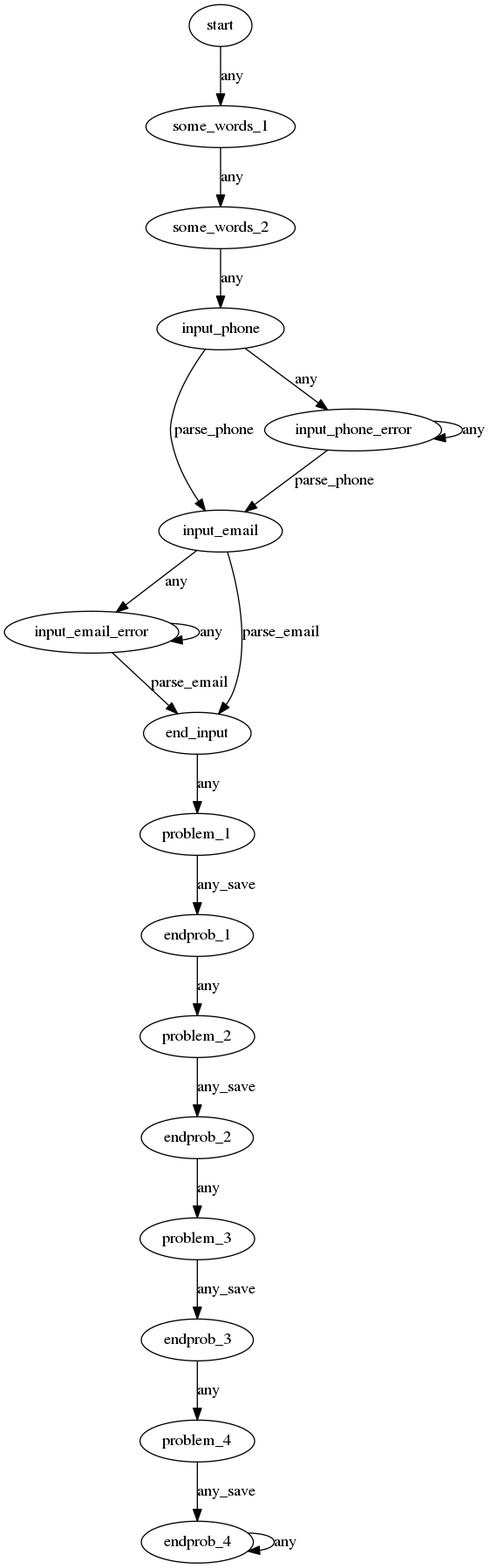
Before: DFA.png, a diagram exported from Graphviz (Viliars/SphereBot). Its source is kept beside it as DFA.dot. Source of this version:
```dot
digraph Bot_DFA {
    start;
    some_words_1;
    some_words_2;
    input_phone;
    input_email;
    input_phone_error;
    input_email_error;
    end_input;
    problem_1;
    endprob_1;
    problem_2;
    endprob_2;
    problem_3;
    endprob_3;
    problem_4;
    endprob_4;

    start -> some_words_1 [label="any"]
    some_words_1 -> some_words_2 [label="any"]
    some_words_2 -> input_phone [label="any"]

    input_phone -> input_email [label="parse_phone"]
    input_phone -> input_phone_error [label="any"]
    input_phone_error -> input_email [label="parse_phone"]
    input_phone_error -> input_phone_error [label="any"]

    input_email -> end_input [label="parse_email"]
    input_email -> input_email_error [label="any"]
    input_email_error -> end_input [label="parse_email"]
    input_email_error -> input_email_error [label="any"]

    end_input -> problem_1 [label="any"]
    problem_1 -> endprob_1 [label="any_save"]
    endprob_1 -> problem_2 [label="any"]
    problem_2 -> endprob_2 [label="any_save"]
    endprob_2 -> problem_3 [label="any"]
    problem_3 -> endprob_3 [label="any_save"]
    endprob_3 -> problem_4 [label="any"]
    problem_4 -> endprob_4 [label="any_save"]

    endprob_4 -> endprob_4 [label="any"] //end
}
```
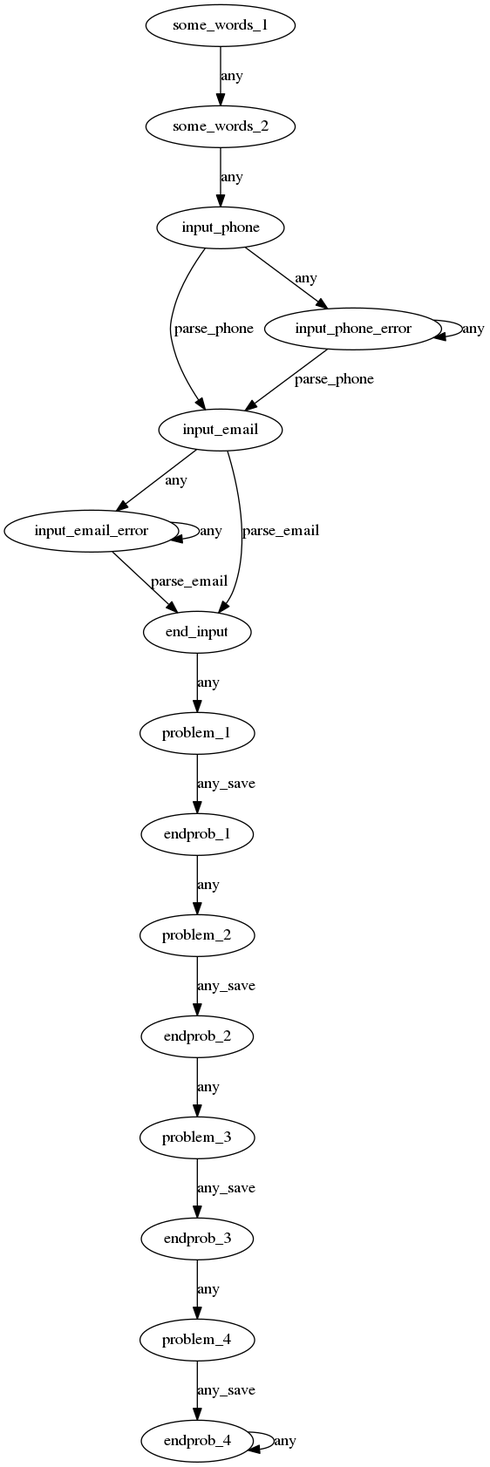
The same diagram one commit later.

Commit message:
Add PFs, Fixxxxxxxx start state and user class

The edit, as a diff of the source:
```diff
@@ -1,5 +1,4 @@
 digraph Bot_DFA {
-    start;
     some_words_1;
     some_words_2;
     input_phone;
@@ -16,7 +15,6 @@
     problem_4;
     endprob_4;
 
-    start -> some_words_1 [label="any"]
     some_words_1 -> some_words_2 [label="any"]
     some_words_2 -> input_phone [label="any"]
 
```
